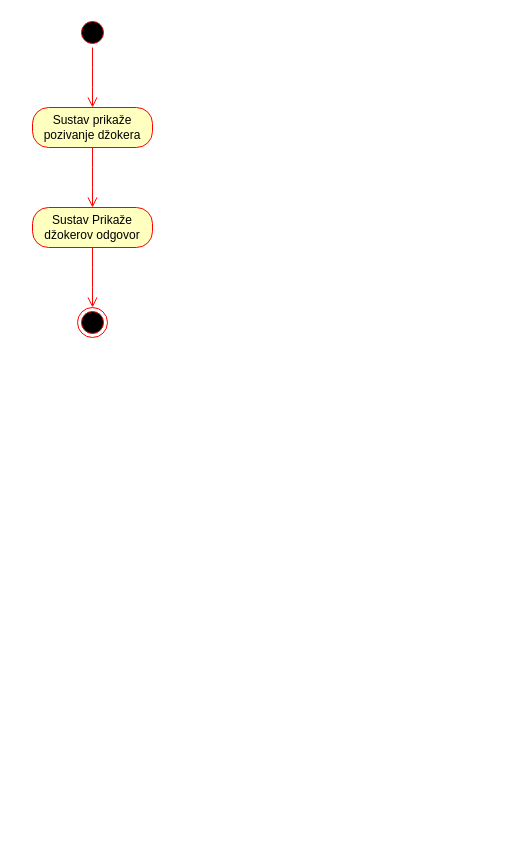
Before: page "Activity: Džoker" (8 of 8) of Untitled Diagram.drawio in Jasna-12345/Milijunas, a draw.io diagram. Source tidied: cells renumbered, new cells numbered last; positions are measured from the earlier drawing's top-left corner, leaving out a move shared by most shapes. Both pictures are drawn from the tidied source at 100%, with x=0, y=0 at pixel (32, 17).
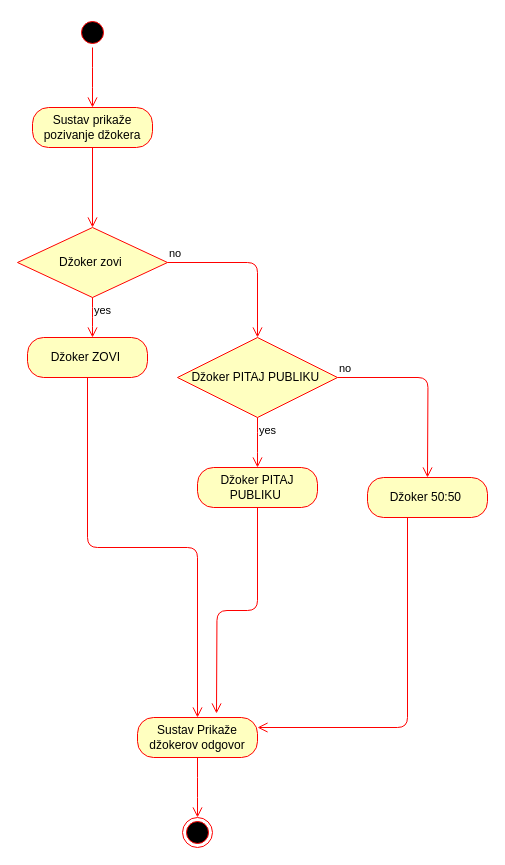
The same diagram, later.

The change refers to these unchanged cells:
```xml
<mxCell id="5" value="Sustav prikaže pozivanje džokera" style="rounded=1;whiteSpace=wrap;html=1;arcSize=40;fontColor=#000000;fillColor=#ffffc0;strokeColor=#ff0000;" parent="1" vertex="1">
  <mxGeometry y="90" width="120" height="40" as="geometry" />
</mxCell>
```

Change to the diagram source:
```diff
@@
-    <mxCell id="4" style="ellipse;html=1;shape=endState;fillColor=#000000;strokeColor=#ff0000;" parent="1" vertex="1">
-      <mxGeometry x="45" y="290" width="30" height="30" as="geometry" />
-    </mxCell>
@@
-    <mxCell id="6" style="edgeStyle=orthogonalEdgeStyle;html=1;verticalAlign=bottom;endArrow=open;endSize=8;strokeColor=#ff0000;" parent="1" edge="1" source="5">
-      <mxGeometry relative="1" as="geometry">
-        <mxPoint x="60" y="190" as="targetPoint" />
-      </mxGeometry>
+    <mxCell id="6" style="edgeStyle=orthogonalEdgeStyle;html=1;verticalAlign=bottom;endArrow=open;endSize=8;strokeColor=#ff0000;entryX=0.5;entryY=0;entryDx=0;entryDy=0;" parent="1" edge="1" source="5" target="11">
+      <mxGeometry relative="1" as="geometry" />
     </mxCell>
+    <mxCell id="9" style="ellipse;html=1;shape=endState;fillColor=#000000;strokeColor=#ff0000;" parent="1" vertex="1">
+      <mxGeometry x="150" y="800" width="30" height="30" as="geometry" />
+    </mxCell>
     <mxCell id="7" value="Sustav Prikaže džokerov odgovor" style="rounded=1;whiteSpace=wrap;html=1;arcSize=40;fontColor=#000000;fillColor=#ffffc0;strokeColor=#ff0000;" parent="1" vertex="1">
-      <mxGeometry y="190" width="120" height="40" as="geometry" />
+      <mxGeometry x="105" y="700" width="120" height="40" as="geometry" />
     </mxCell>
-    <mxCell id="8" style="edgeStyle=orthogonalEdgeStyle;html=1;verticalAlign=bottom;endArrow=open;endSize=8;strokeColor=#ff0000;" parent="1" edge="1" source="7">
-      <mxGeometry relative="1" as="geometry">
-        <mxPoint x="60" y="290" as="targetPoint" />
-      </mxGeometry>
-    </mxCell>
+    <mxCell id="10" style="edgeStyle=orthogonalEdgeStyle;html=1;verticalAlign=bottom;endArrow=open;endSize=8;strokeColor=#ff0000;" parent="1" edge="1" source="7">
+      <mxGeometry relative="1" as="geometry">
+        <mxPoint x="165" y="800" as="targetPoint" />
+      </mxGeometry>
+    </mxCell>
+    <mxCell id="11" value="Džoker zovi&amp;nbsp;" style="rhombus;whiteSpace=wrap;html=1;fillColor=#ffffc0;strokeColor=#ff0000;" parent="1" vertex="1">
+      <mxGeometry x="-15" y="210" width="150" height="70" as="geometry" />
+    </mxCell>
+    <mxCell id="12" value="no" style="edgeStyle=orthogonalEdgeStyle;html=1;align=left;verticalAlign=bottom;endArrow=open;endSize=8;strokeColor=#ff0000;entryX=0.5;entryY=0;entryDx=0;entryDy=0;" parent="1" edge="1" source="11" target="14">
+      <mxGeometry x="-1" relative="1" as="geometry" />
+    </mxCell>
+    <mxCell id="13" value="yes" style="edgeStyle=orthogonalEdgeStyle;html=1;align=left;verticalAlign=top;endArrow=open;endSize=8;strokeColor=#ff0000;" parent="1" edge="1" source="11">
+      <mxGeometry x="-1" relative="1" as="geometry">
+        <mxPoint x="60" y="320" as="targetPoint" />
+      </mxGeometry>
+    </mxCell>
+    <mxCell id="14" value="Džoker PITAJ PUBLIKU&amp;nbsp;" style="rhombus;whiteSpace=wrap;html=1;fillColor=#ffffc0;strokeColor=#ff0000;" parent="1" vertex="1">
+      <mxGeometry x="145" y="320" width="160" height="80" as="geometry" />
+    </mxCell>
+    <mxCell id="15" value="no" style="edgeStyle=orthogonalEdgeStyle;html=1;align=left;verticalAlign=bottom;endArrow=open;endSize=8;strokeColor=#ff0000;entryX=0.5;entryY=0;entryDx=0;entryDy=0;" parent="1" edge="1" source="14">
+      <mxGeometry x="-1" relative="1" as="geometry">
+        <mxPoint x="395" y="460" as="targetPoint" />
+      </mxGeometry>
+    </mxCell>
+    <mxCell id="16" value="yes" style="edgeStyle=orthogonalEdgeStyle;html=1;align=left;verticalAlign=top;endArrow=open;endSize=8;strokeColor=#ff0000;" parent="1" edge="1" source="14">
+      <mxGeometry x="-1" relative="1" as="geometry">
+        <mxPoint x="225" y="450" as="targetPoint" />
+      </mxGeometry>
+    </mxCell>
+    <mxCell id="17" value="&lt;span&gt;Džoker ZOVI&amp;nbsp;&lt;/span&gt;" style="rounded=1;whiteSpace=wrap;html=1;arcSize=40;fontColor=#000000;fillColor=#ffffc0;strokeColor=#ff0000;" parent="1" vertex="1">
+      <mxGeometry x="-5" y="320" width="120" height="40" as="geometry" />
+    </mxCell>
+    <mxCell id="18" style="edgeStyle=orthogonalEdgeStyle;html=1;verticalAlign=bottom;endArrow=open;endSize=8;strokeColor=#ff0000;" parent="1" edge="1" source="17" target="7">
+      <mxGeometry relative="1" as="geometry" />
+    </mxCell>
+    <mxCell id="19" value="&lt;span&gt;Džoker PITAJ PUBLIKU&amp;nbsp;&lt;/span&gt;" style="rounded=1;whiteSpace=wrap;html=1;arcSize=40;fontColor=#000000;fillColor=#ffffc0;strokeColor=#ff0000;" parent="1" vertex="1">
+      <mxGeometry x="165" y="450" width="120" height="40" as="geometry" />
+    </mxCell>
+    <mxCell id="20" style="edgeStyle=orthogonalEdgeStyle;html=1;verticalAlign=bottom;endArrow=open;endSize=8;strokeColor=#ff0000;" parent="1" edge="1" source="19">
+      <mxGeometry relative="1" as="geometry">
+        <mxPoint x="184" y="696" as="targetPoint" />
+      </mxGeometry>
+    </mxCell>
+    <mxCell id="21" value="&lt;span&gt;Džoker 50:50&amp;nbsp;&lt;/span&gt;" style="rounded=1;whiteSpace=wrap;html=1;arcSize=40;fontColor=#000000;fillColor=#ffffc0;strokeColor=#ff0000;" parent="1" vertex="1">
+      <mxGeometry x="335" y="460" width="120" height="40" as="geometry" />
+    </mxCell>
+    <mxCell id="22" style="edgeStyle=orthogonalEdgeStyle;html=1;verticalAlign=bottom;endArrow=open;endSize=8;strokeColor=#ff0000;entryX=1;entryY=0.25;entryDx=0;entryDy=0;" parent="1" edge="1" source="21" target="7">
+      <mxGeometry relative="1" as="geometry">
+        <Array as="points">
+          <mxPoint x="375" y="710" />
+        </Array>
+      </mxGeometry>
+    </mxCell>
```
